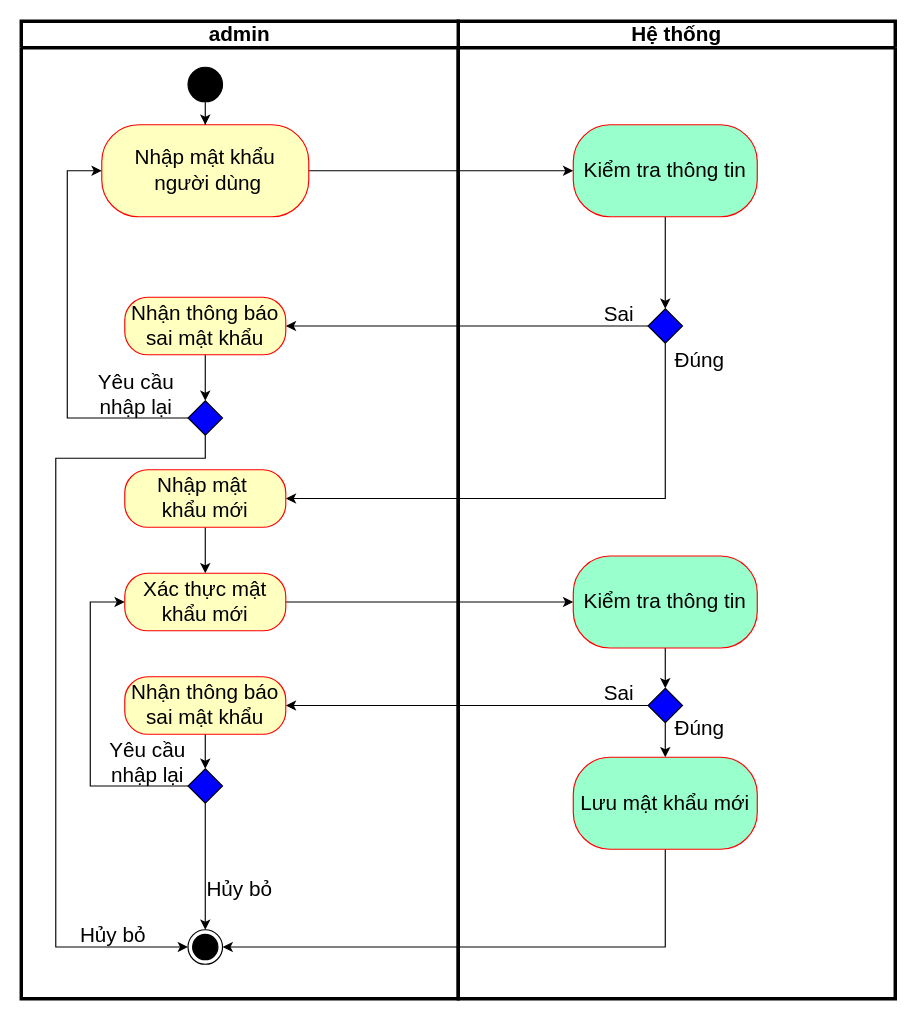
Above: page "Đổi mật khẩu" (13 of 15) of CNPM.drawio in 106210049/nckh (draw.io), before the change. Source tidied: cells renumbered, new cells numbered last; positions are measured from the earlier drawing's top-left corner, leaving out a move shared by most shapes. Both pictures are drawn from the tidied source at 115%, with x=0, y=0 at pixel (21, 21).
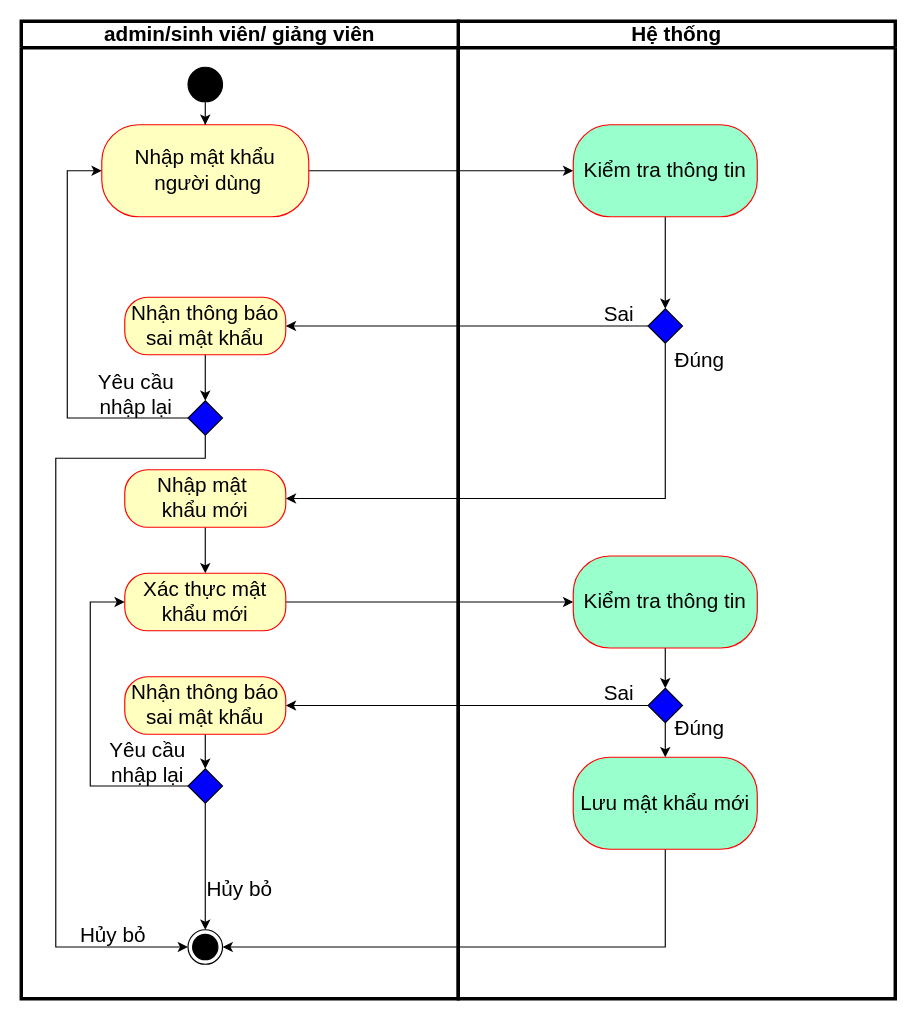
After the change.

Diff of the diagram source:
```diff
@@
-    <mxCell id="7" value="admin" style="swimlane;whiteSpace=wrap;html=1;fontSize=18;strokeWidth=3;swimlaneLine=1;" parent="1" vertex="1">
+    <mxCell id="7" value="admin/sinh viên/ giảng viên" style="swimlane;whiteSpace=wrap;html=1;fontSize=18;strokeWidth=3;swimlaneLine=1;" parent="1" vertex="1">
       <mxGeometry width="380" height="850" as="geometry" />
     </mxCell>
```
